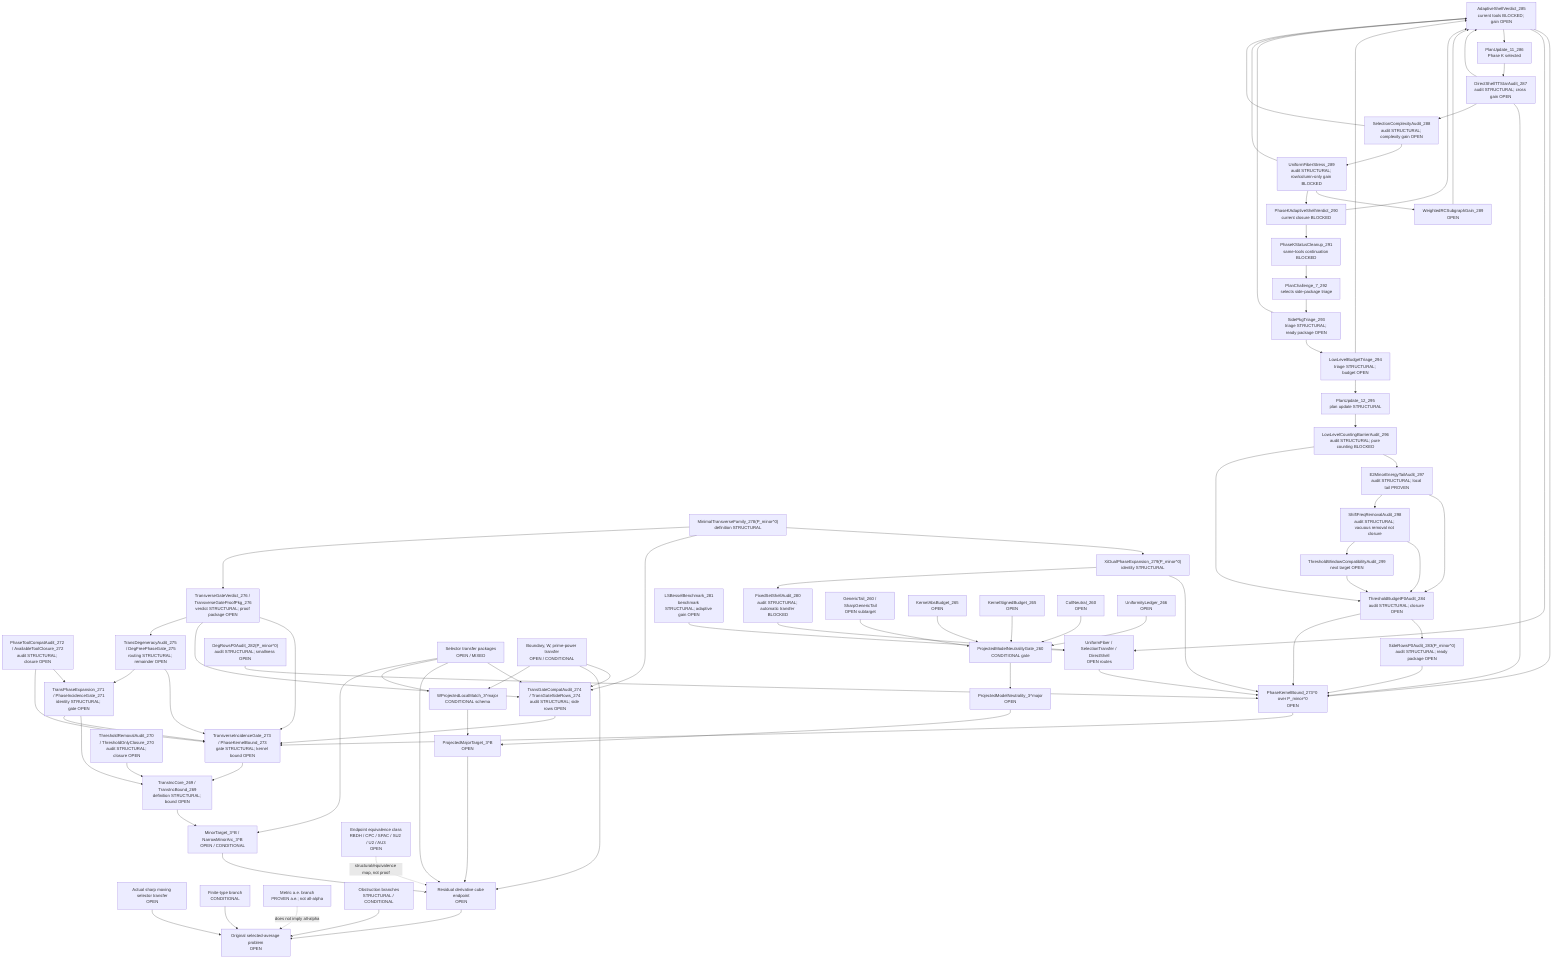
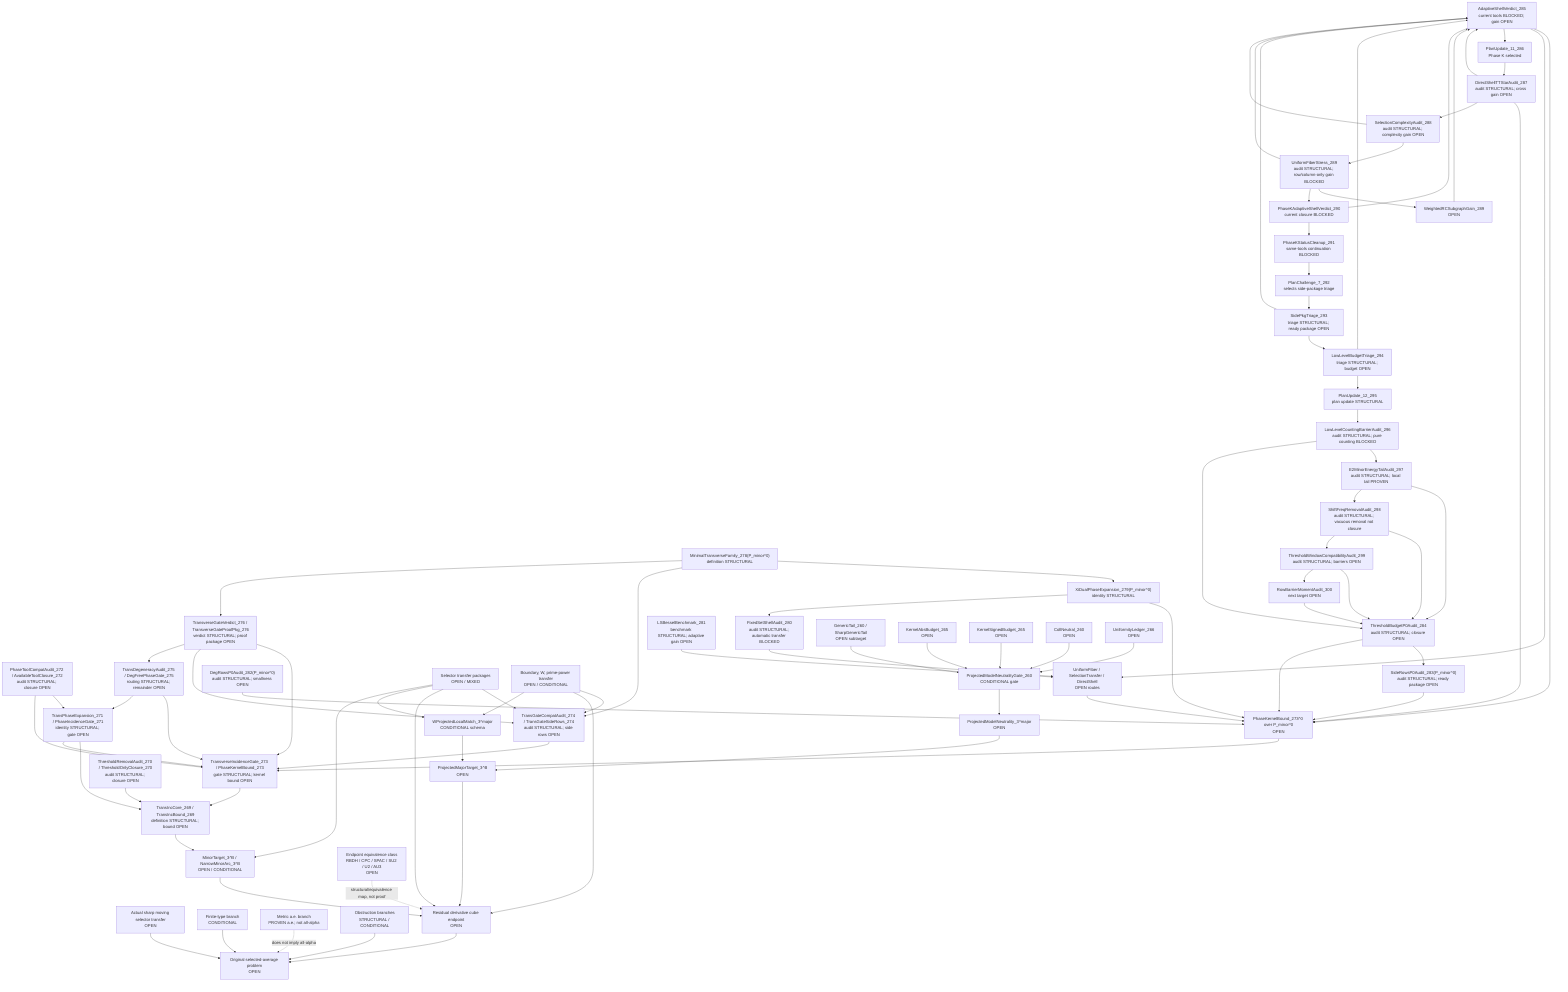
flowchart TD
  Original["Original selected-average problem<br/>OPEN"]
  SharpSel["Actual sharp moving selector transfer<br/>OPEN"]
  FiniteType["Finite-type branch<br/>CONDITIONAL"]
  Metric["Metric a.e. branch<br/>PROVEN a.e.; not all-alpha"]
  Obstruction["Obstruction branches<br/>STRUCTURAL / CONDITIONAL"]

  ResCube["Residual derivative cube endpoint<br/>OPEN"]
  MajorTarget["ProjectedMajorTarget_3^B<br/>OPEN"]
  MinorTarget["MinorTarget_3^B / NarrowMinorArc_3^B<br/>OPEN / CONDITIONAL"]
  TransInc["TransIncCore_269 / TransIncBound_269<br/>definition STRUCTURAL; bound OPEN"]
  ThresholdAudit["ThresholdRemovalAudit_270 / ThresholdOnlyClosure_270<br/>audit STRUCTURAL; closure OPEN"]
  PhaseExpansion["TransPhaseExpansion_271 / PhaseIncidenceGate_271<br/>identity STRUCTURAL; gate OPEN"]
  ToolCompat["PhaseToolCompatAudit_272 / AvailableToolClosure_272<br/>audit STRUCTURAL; closure OPEN"]
  TransGate["TransverseIncidenceGate_273 / PhaseKernelBound_273<br/>gate STRUCTURAL; kernel bound OPEN"]
  TransGateCompat["TransGateCompatAudit_274 / TransGateSideRows_274<br/>audit STRUCTURAL; side rows OPEN"]
  DegAudit["TransDegeneracyAudit_275 / DegFreePhaseGate_275<br/>routing STRUCTURAL; remainder OPEN"]
  TransVerdict["TransverseGateVerdict_276 / TransverseGateProofPkg_276<br/>verdict STRUCTURAL; proof package OPEN"]
  MinTransFamily["MinimalTransverseFamily_278(P_minor^0)<br/>definition STRUCTURAL"]
  XiExpansion["XiDualPhaseExpansion_279(P_minor^0)<br/>identity STRUCTURAL"]
  FixedShellAudit["FixedSetShellAudit_280<br/>audit STRUCTURAL; automatic transfer BLOCKED"]
  FixedShellTransfer["UniformFiber / SelectionTransfer / DirectShell<br/>OPEN routes"]
  LSBesselBench["LSBesselBenchmark_281<br/>benchmark STRUCTURAL; adaptive gain OPEN"]
  DegRowsP0["DegRowsP0Audit_282(P_minor^0)<br/>audit STRUCTURAL; smallness OPEN"]
  SideRowsP0["SideRowsP0Audit_283(P_minor^0)<br/>audit STRUCTURAL; ready package OPEN"]
  ThresholdP0["ThresholdBudgetP0Audit_284<br/>audit STRUCTURAL; closure OPEN"]
  AdaptiveShellP0["AdaptiveShellVerdict_285<br/>current tools BLOCKED; gain OPEN"]
  PlanUpdate11["PlanUpdate_11_286<br/>Phase K selected"]
  DirectTTStar["DirectShellTTStarAudit_287<br/>audit STRUCTURAL; cross gain OPEN"]
  SelectionComplexity["SelectionComplexityAudit_288<br/>audit STRUCTURAL; complexity gain OPEN"]
  UniformFiberStress["UniformFiberStress_289<br/>audit STRUCTURAL; row/column-only gain BLOCKED"]
  WeightedRCSubgraph["WeightedRCSubgraphGain_289<br/>OPEN"]
  AdaptiveVerdict290["PhaseKAdaptiveShellVerdict_290<br/>current closure BLOCKED"]
  PhaseKCleanup291["PhaseKStatusCleanup_291<br/>same-tools continuation BLOCKED"]
  PlanChallenge7["PlanChallenge_7_292<br/>selects side-package triage"]
  SidePkgTriage293["SidePkgTriage_293<br/>triage STRUCTURAL; ready package OPEN"]
  LowLevelTriage294["LowLevelBudgetTriage_294<br/>triage STRUCTURAL; budget OPEN"]
  PlanUpdate12["PlanUpdate_12_295<br/>plan update STRUCTURAL"]
  LowLevelBarrier296["LowLevelCountingBarrierAudit_296<br/>audit STRUCTURAL; pure counting BLOCKED"]
  E2Tail297["E2MinorEnergyTailAudit_297<br/>audit STRUCTURAL; local tail PROVEN"]
  ShiftFreq298["ShiftFreqRemovalAudit_298<br/>audit STRUCTURAL; vacuous removal not closure"]
-   ThresholdWindow299["ThresholdWindowCompatibilityAudit_299<br/>next target OPEN"]
+   ThresholdWindow299["ThresholdWindowCompatibilityAudit_299<br/>audit STRUCTURAL; barriers OPEN"]
+   RowBarrier300["RowBarrierMomentAudit_300<br/>next target OPEN"]
  PhaseKernel0["PhaseKernelBound_273^0 over P_minor^0<br/>OPEN"]
  SelectorTransfer["Selector transfer packages<br/>OPEN / MIXED"]
  BoundaryTransfer["Boundary, W, prime-power transfer<br/>OPEN / CONDITIONAL"]

  WLocal["WProjectedLocalMatch_3^major<br/>CONDITIONAL schema"]
  ModelNeutral["ProjectedModelNeutrality_3^major<br/>OPEN"]
  PMNGate["ProjectedModelNeutralityGate_260<br/>CONDITIONAL gate"]
  GenericTail["GenericTail_260 / SharpGenericTail<br/>OPEN subtarget"]
  KernelAbs["KernelAbsBudget_265<br/>OPEN"]
  KernelSigned["KernelSignedBudget_265<br/>OPEN"]
  CollNeutral["CollNeutral_260<br/>OPEN"]
  Uniformity["UniformityLedger_266<br/>OPEN"]

  EndpointClass["Endpoint equivalence class<br/>RBDH / CPC / SPAC / SU2 / U2 / AU3<br/>OPEN"]

  SharpSel --> Original
  FiniteType --> Original
  Obstruction --> Original
  ResCube --> Original
  Metric -. "does not imply all-alpha" .-> Original

  MajorTarget --> ResCube
  MinorTarget --> ResCube
  TransInc --> MinorTarget
  ThresholdAudit --> TransInc
  PhaseExpansion --> TransInc
  ToolCompat --> PhaseExpansion
  TransGate --> TransInc
  PhaseExpansion --> TransGate
  ToolCompat --> TransGate
  TransGateCompat --> TransGate
  SelectorTransfer --> TransGateCompat
  BoundaryTransfer --> TransGateCompat
  DegAudit --> TransGate
  DegAudit --> PhaseExpansion
  TransVerdict --> TransGate
  TransVerdict --> TransGateCompat
  TransVerdict --> DegAudit
  PhaseKernel0 --> TransGate
  MinTransFamily --> XiExpansion
  XiExpansion --> PhaseKernel0
  XiExpansion --> FixedShellAudit
  FixedShellAudit --> FixedShellTransfer
  FixedShellTransfer --> PhaseKernel0
  LSBesselBench --> FixedShellTransfer
  DegRowsP0 --> PhaseKernel0
  SideRowsP0 --> PhaseKernel0
  ThresholdP0 --> SideRowsP0
  ThresholdP0 --> PhaseKernel0
  AdaptiveShellP0 --> PhaseKernel0
  AdaptiveShellP0 --> FixedShellTransfer
  AdaptiveShellP0 --> PlanUpdate11
  PlanUpdate11 --> DirectTTStar
  DirectTTStar --> AdaptiveShellP0
  DirectTTStar --> PhaseKernel0
  DirectTTStar --> SelectionComplexity
  SelectionComplexity --> UniformFiberStress
  SelectionComplexity --> AdaptiveShellP0
  UniformFiberStress --> WeightedRCSubgraph
  WeightedRCSubgraph --> AdaptiveShellP0
  UniformFiberStress --> AdaptiveVerdict290
  UniformFiberStress --> AdaptiveShellP0
  AdaptiveVerdict290 --> AdaptiveShellP0
  AdaptiveVerdict290 --> PhaseKCleanup291
  PhaseKCleanup291 --> PlanChallenge7
  PlanChallenge7 --> SidePkgTriage293
  SidePkgTriage293 --> LowLevelTriage294
  SidePkgTriage293 --> AdaptiveShellP0
  LowLevelTriage294 --> AdaptiveShellP0
  LowLevelTriage294 --> PlanUpdate12
  PlanUpdate12 --> LowLevelBarrier296
  LowLevelBarrier296 --> E2Tail297
  LowLevelBarrier296 --> ThresholdP0
  E2Tail297 --> ThresholdP0
  E2Tail297 --> ShiftFreq298
  ShiftFreq298 --> ThresholdP0
  ShiftFreq298 --> ThresholdWindow299
  ThresholdWindow299 --> ThresholdP0
+   ThresholdWindow299 --> RowBarrier300
+   RowBarrier300 --> ThresholdP0
  MinTransFamily --> TransGateCompat
  MinTransFamily --> TransVerdict
  SelectorTransfer --> ResCube
  BoundaryTransfer --> ResCube
  EndpointClass -. "structural/equivalence map, not proof" .-> ResCube

  WLocal --> MajorTarget
  ModelNeutral --> MajorTarget

  PMNGate --> ModelNeutral
  GenericTail --> PMNGate
  KernelAbs --> PMNGate
  KernelSigned --> PMNGate
  CollNeutral --> PMNGate
  Uniformity --> PMNGate

  BoundaryTransfer --> WLocal
  SelectorTransfer --> WLocal
  SelectorTransfer --> MinorTarget
